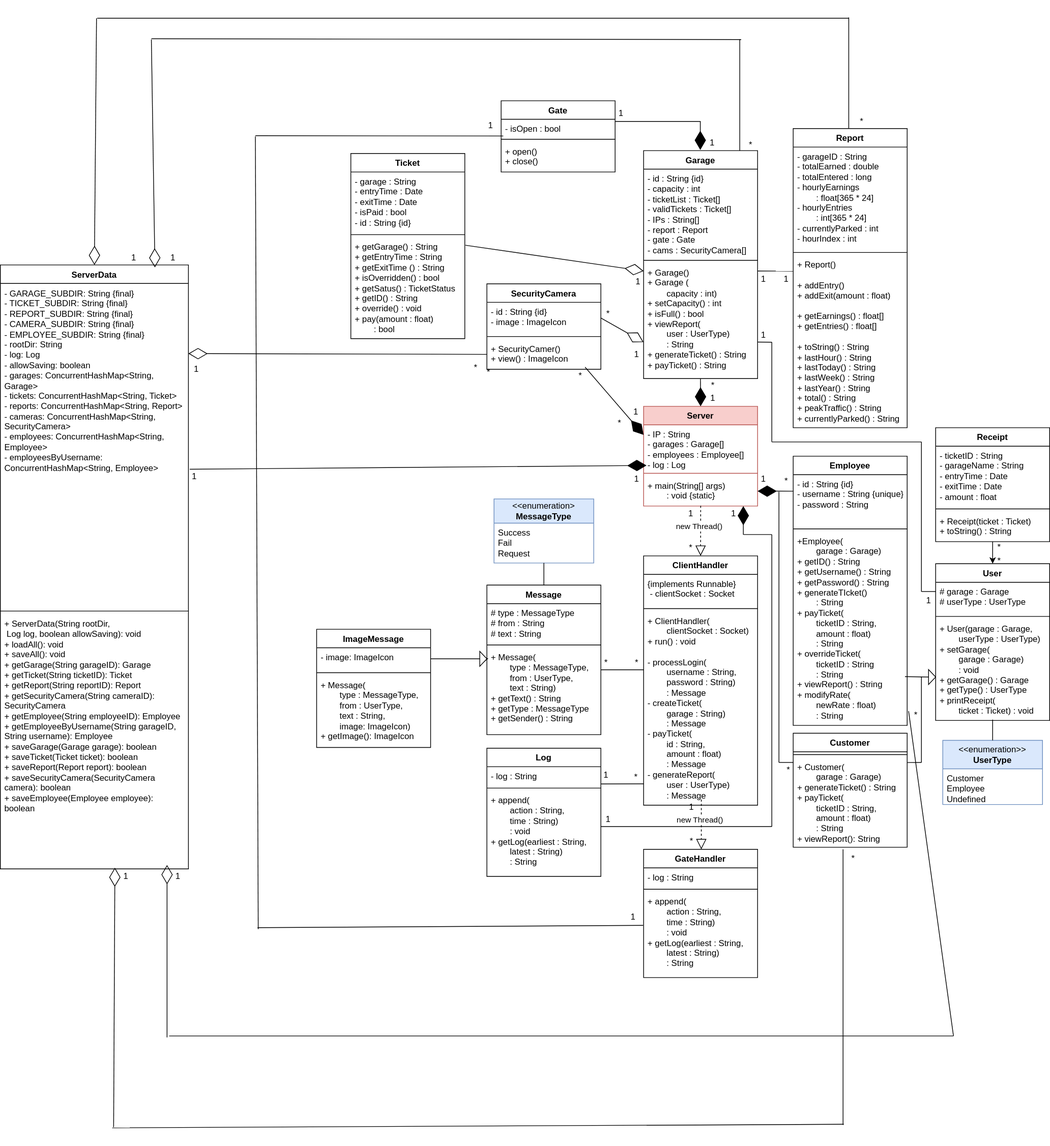
Before: design/Diagrams/ServerClassDiagram.svg, a diagram exported from draw.io (CSUEB-CS401-02-SP25-Group-Project-1/parking-garage-system). Source tidied: cells renumbered, new cells last; positions are measured from the earlier drawing's top-left corner, leaving out a move shared by most shapes.
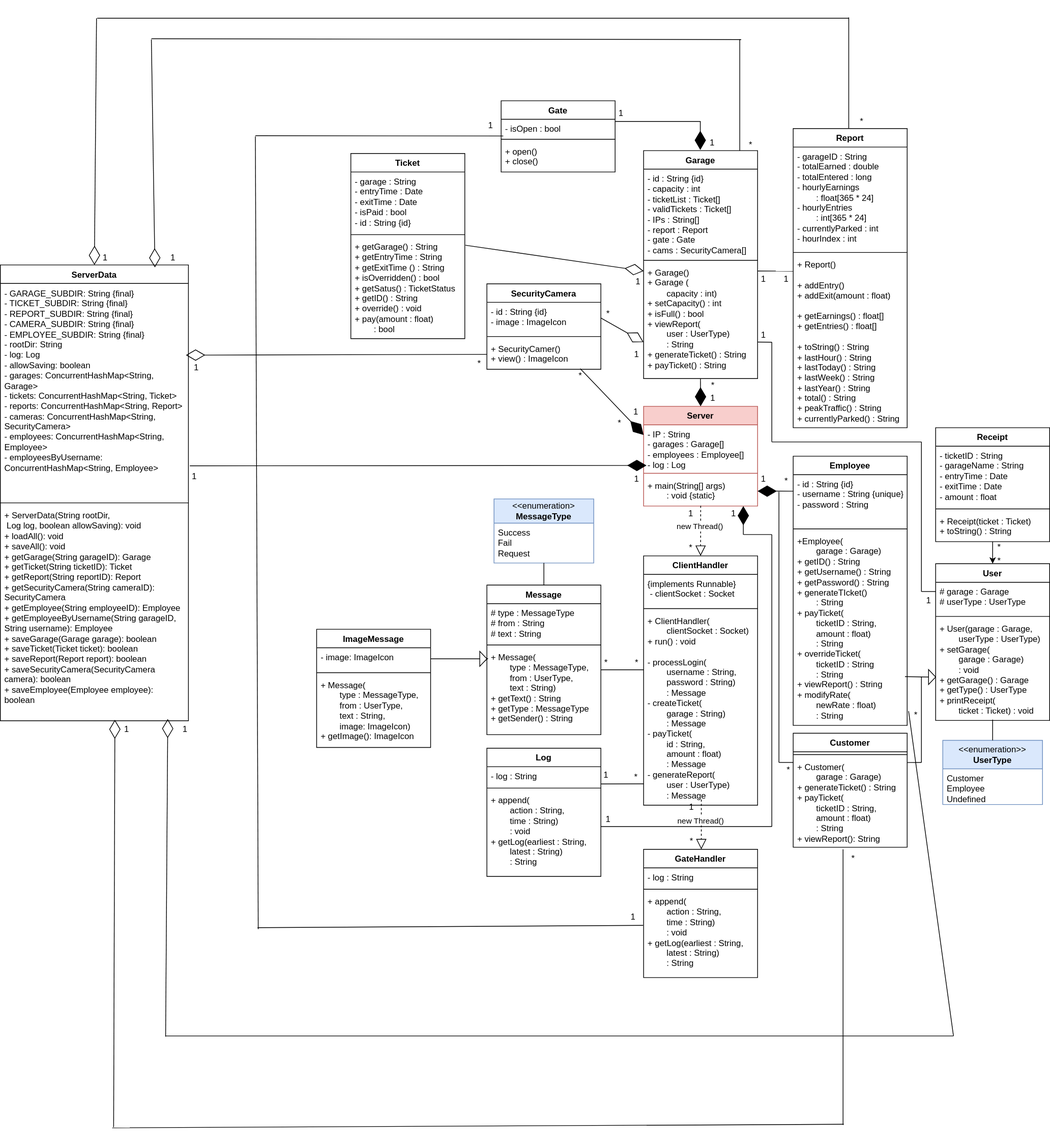
After the change.

Change to the diagram source:
```diff
@@ -274,14 +274,11 @@
         <mxPoint x="1113" y="1046" as="targetPoint" />
       </mxGeometry>
     </mxCell>
-    <mxCell id="81" style="endArrow=diamondThin;endFill=1;endSize=24;html=1;rounded=0;entryX=0;entryY=0.446;entryDx=0;entryDy=0;entryPerimeter=0;exitX=1.007;exitY=0.572;exitDx=0;exitDy=0;exitPerimeter=0;" parent="1" edge="1" source="135">
+    <mxCell id="81" style="endArrow=diamondThin;endFill=1;endSize=24;html=1;rounded=0;entryX=0;entryY=0.446;entryDx=0;entryDy=0;entryPerimeter=0;exitX=0.3;exitY=-0.017;exitDx=0;exitDy=0;exitPerimeter=0;" parent="1" edge="1" source="140">
       <mxGeometry relative="1" as="geometry">
         <mxPoint x="907" y="629" as="targetPoint" />
       </mxGeometry>
     </mxCell>
-    <mxCell id="82" value="*" style="text;html=1;align=center;verticalAlign=middle;strokeColor=none;fillColor=none;" parent="1" vertex="1">
-      <mxGeometry x="670" y="483" width="30" height="30" as="geometry" />
-    </mxCell>
     <mxCell id="83" value="1" style="text;html=1;align=center;verticalAlign=middle;strokeColor=none;fillColor=none;" parent="1" vertex="1">
       <mxGeometry x="878" y="633" width="30" height="30" as="geometry" />
     </mxCell>
@@ -324,7 +321,7 @@
     <mxCell id="94" style="endArrow=diamondThin;endFill=0;endSize=24;html=1;rounded=0;entryX=-0.001;entryY=0.684;entryDx=0;entryDy=0;entryPerimeter=0;exitX=1;exitY=0.5;exitDx=0;exitDy=0;" parent="1" edge="1" source="91" target="40">
       <mxGeometry relative="1" as="geometry" />
     </mxCell>
-    <mxCell id="95" style="endArrow=diamondThin;endFill=1;endSize=24;html=1;rounded=0;entryX=0;entryY=0.22;entryDx=0;entryDy=0;entryPerimeter=0;exitX=0.728;exitY=0.1;exitDx=0;exitDy=0;exitPerimeter=0;" parent="1" edge="1" source="139" target="3">
+    <mxCell id="95" style="endArrow=diamondThin;endFill=1;endSize=24;html=1;rounded=0;entryX=0;entryY=0.22;entryDx=0;entryDy=0;entryPerimeter=0;exitX=0.5;exitY=0.167;exitDx=0;exitDy=0;exitPerimeter=0;" parent="1" edge="1" source="139" target="3">
       <mxGeometry relative="1" as="geometry" />
     </mxCell>
     <mxCell id="96" value="1" style="text;html=1;align=center;verticalAlign=middle;strokeColor=none;fillColor=none;" parent="1" vertex="1">
@@ -474,20 +471,17 @@
       </mxGeometry>
     </mxCell>
     <mxCell id="134" value="ServerData" style="swimlane;fontStyle=1;align=center;verticalAlign=top;horizontal=1;startSize=26;whiteSpace=wrap;html=1;" parent="1" vertex="1">
-      <mxGeometry y="347.5" width="264" height="848" as="geometry" />
+      <mxGeometry y="347.5" width="264" height="640" as="geometry" />
     </mxCell>
     <mxCell id="135" value="- GARAGE_SUBDIR: String {final}&lt;br&gt;- TICKET_SUBDIR: String {final}&lt;br&gt;- REPORT_SUBDIR: String {final}&lt;br&gt;- CAMERA_SUBDIR: String {final}&lt;br&gt;- EMPLOYEE_SUBDIR: String {final}&lt;br&gt;- rootDir: String&lt;br&gt;- log: Log&lt;br&gt;- allowSaving: boolean&lt;br&gt;- garages: ConcurrentHashMap&amp;lt;String, Garage&amp;gt;&lt;br&gt;- tickets: ConcurrentHashMap&amp;lt;String, Ticket&amp;gt;&lt;br&gt;- reports: ConcurrentHashMap&amp;lt;String, Report&amp;gt;&lt;br&gt;- cameras: ConcurrentHashMap&amp;lt;String, SecurityCamera&amp;gt;&lt;br&gt;- employees: ConcurrentHashMap&amp;lt;String, Employee&amp;gt;&lt;br&gt;- employeesByUsername: ConcurrentHashMap&amp;lt;String, Employee&amp;gt;" style="text;strokeColor=none;fillColor=none;align=left;verticalAlign=top;spacingLeft=4;spacingRight=4;overflow=hidden;points=[[0,0.5],[1,0.5]];portConstraint=eastwest;whiteSpace=wrap;html=1;" parent="134" vertex="1">
-      <mxGeometry y="26" width="264" height="456" as="geometry" />
+      <mxGeometry y="26" width="264" height="304" as="geometry" />
     </mxCell>
     <mxCell id="136" style="line;strokeWidth=1;fillColor=none;align=left;verticalAlign=middle;spacingTop=-1;spacingLeft=3;spacingRight=3;labelPosition=right;strokeColor=inherit;" parent="134" vertex="1">
-      <mxGeometry y="482" width="264" height="8" as="geometry" />
+      <mxGeometry y="330" width="264" height="8" as="geometry" />
     </mxCell>
     <mxCell id="137" value="&lt;div&gt;+ ServerData(String rootDir,&lt;/div&gt;&lt;div&gt;&amp;nbsp;Log log, boolean allowSaving): void&lt;/div&gt;+ loadAll(): void&lt;br&gt;+ saveAll(): void&lt;br&gt;+ getGarage(String garageID): Garage&lt;br&gt;+ getTicket(String ticketID): Ticket&lt;br&gt;+ getReport(String reportID): Report&lt;br&gt;+ getSecurityCamera(String cameraID): SecurityCamera&lt;br&gt;+ getEmployee(String employeeID): Employee&lt;br&gt;+ getEmployeeByUsername(String garageID, String username): Employee&lt;br&gt;+ saveGarage(Garage garage): boolean&lt;br&gt;+ saveTicket(Ticket ticket): boolean&lt;br&gt;+ saveReport(Report report): boolean&lt;br&gt;+ saveSecurityCamera(SecurityCamera camera): boolean&lt;br&gt;+ saveEmployee(Employee employee): boolean" style="text;strokeColor=none;fillColor=none;align=left;verticalAlign=top;spacingLeft=4;spacingRight=4;overflow=hidden;points=[[0,0.5],[1,0.5]];portConstraint=eastwest;whiteSpace=wrap;html=1;" parent="134" vertex="1">
-      <mxGeometry y="490" width="264" height="358" as="geometry" />
+      <mxGeometry y="338" width="264" height="302" as="geometry" />
     </mxCell>
-    <mxCell id="138" style="endArrow=diamondThin;endFill=1;endSize=24;html=1;rounded=0;entryX=0;entryY=0.22;entryDx=0;entryDy=0;entryPerimeter=0;" parent="1" edge="1" source="93" target="139">
-      <mxGeometry relative="1" as="geometry" />
-    </mxCell>
     <mxCell id="139" value="*" style="text;html=1;align=center;verticalAlign=middle;points=[];strokeColor=none;fillColor=none;" parent="1" vertex="1">
       <mxGeometry x="799" y="488" width="30" height="30" as="geometry" />
     </mxCell>
@@ -520,13 +514,13 @@
     <mxCell id="145" style="endArrow=none;html=1;rounded=0;" parent="1" edge="1">
       <mxGeometry relative="1" as="geometry">
         <mxPoint x="1338" y="1430" as="sourcePoint" />
-        <mxPoint x="237" y="1430" as="targetPoint" />
+        <mxPoint x="232" y="1430" as="targetPoint" />
       </mxGeometry>
     </mxCell>
     <mxCell id="146" style="endArrow=diamondThin;endFill=0;endSize=24;html=1;rounded=0;" parent="1" edge="1">
       <mxGeometry relative="1" as="geometry">
-        <mxPoint x="234" y="1432" as="sourcePoint" />
-        <mxPoint x="234" y="1190" as="targetPoint" />
+        <mxPoint x="232" y="1431" as="sourcePoint" />
+        <mxPoint x="235" y="985" as="targetPoint" />
       </mxGeometry>
     </mxCell>
     <mxCell id="147" value="*" style="text;html=1;align=center;verticalAlign=middle;strokeColor=none;fillColor=none;" parent="1" vertex="1">
@@ -536,19 +530,19 @@
       <mxGeometry x="1182" y="1165.5" width="30" height="30" as="geometry" />
     </mxCell>
     <mxCell id="149" value="1" style="text;html=1;align=center;verticalAlign=middle;strokeColor=none;fillColor=none;" parent="1" vertex="1">
-      <mxGeometry x="234" y="1191" width="30" height="30" as="geometry" />
+      <mxGeometry x="244" y="985" width="30" height="30" as="geometry" />
     </mxCell>
     <mxCell id="150" value="1" style="text;html=1;align=center;verticalAlign=middle;strokeColor=none;fillColor=none;" parent="1" vertex="1">
-      <mxGeometry x="161" y="1191" width="30" height="30" as="geometry" />
+      <mxGeometry x="162" y="985" width="30" height="30" as="geometry" />
     </mxCell>
-    <mxCell id="151" style="endArrow=diamondThin;endFill=0;endSize=24;html=1;rounded=0;entryX=1;entryY=0.216;entryDx=0;entryDy=0;entryPerimeter=0;exitX=0;exitY=0.5;exitDx=0;exitDy=0;" parent="1" edge="1" source="93" target="135">
+    <mxCell id="151" style="endArrow=diamondThin;endFill=0;endSize=24;html=1;rounded=0;entryX=0.987;entryY=0.331;entryDx=0;entryDy=0;entryPerimeter=0;exitX=0;exitY=0.5;exitDx=0;exitDy=0;" parent="1" edge="1" source="93" target="135">
       <mxGeometry relative="1" as="geometry" />
     </mxCell>
     <mxCell id="152" value="*" style="text;html=1;align=center;verticalAlign=middle;strokeColor=none;fillColor=none;" parent="1" vertex="1">
-      <mxGeometry x="652" y="477" width="30" height="30" as="geometry" />
+      <mxGeometry x="657" y="471" width="30" height="30" as="geometry" />
     </mxCell>
     <mxCell id="153" value="1" style="text;html=1;align=center;verticalAlign=middle;strokeColor=none;fillColor=none;" parent="1" vertex="1">
-      <mxGeometry x="260" y="479" width="30" height="30" as="geometry" />
+      <mxGeometry x="260" y="477" width="30" height="30" as="geometry" />
     </mxCell>
     <mxCell id="154" style="endArrow=none;html=1;rounded=0;" parent="1" edge="1">
       <mxGeometry relative="1" as="geometry">
@@ -589,7 +583,7 @@
       <mxGeometry x="227" y="323" width="30" height="30" as="geometry" />
     </mxCell>
     <mxCell id="161" value="1" style="text;html=1;align=center;verticalAlign=middle;strokeColor=none;fillColor=none;" parent="1" vertex="1">
-      <mxGeometry x="172" y="323" width="30" height="30" as="geometry" />
+      <mxGeometry x="132" y="323" width="30" height="30" as="geometry" />
     </mxCell>
     <mxCell id="162" value="*" style="text;html=1;align=center;verticalAlign=middle;strokeColor=none;fillColor=none;" parent="1" vertex="1">
       <mxGeometry x="1038" y="164" width="30" height="30" as="geometry" />
```
